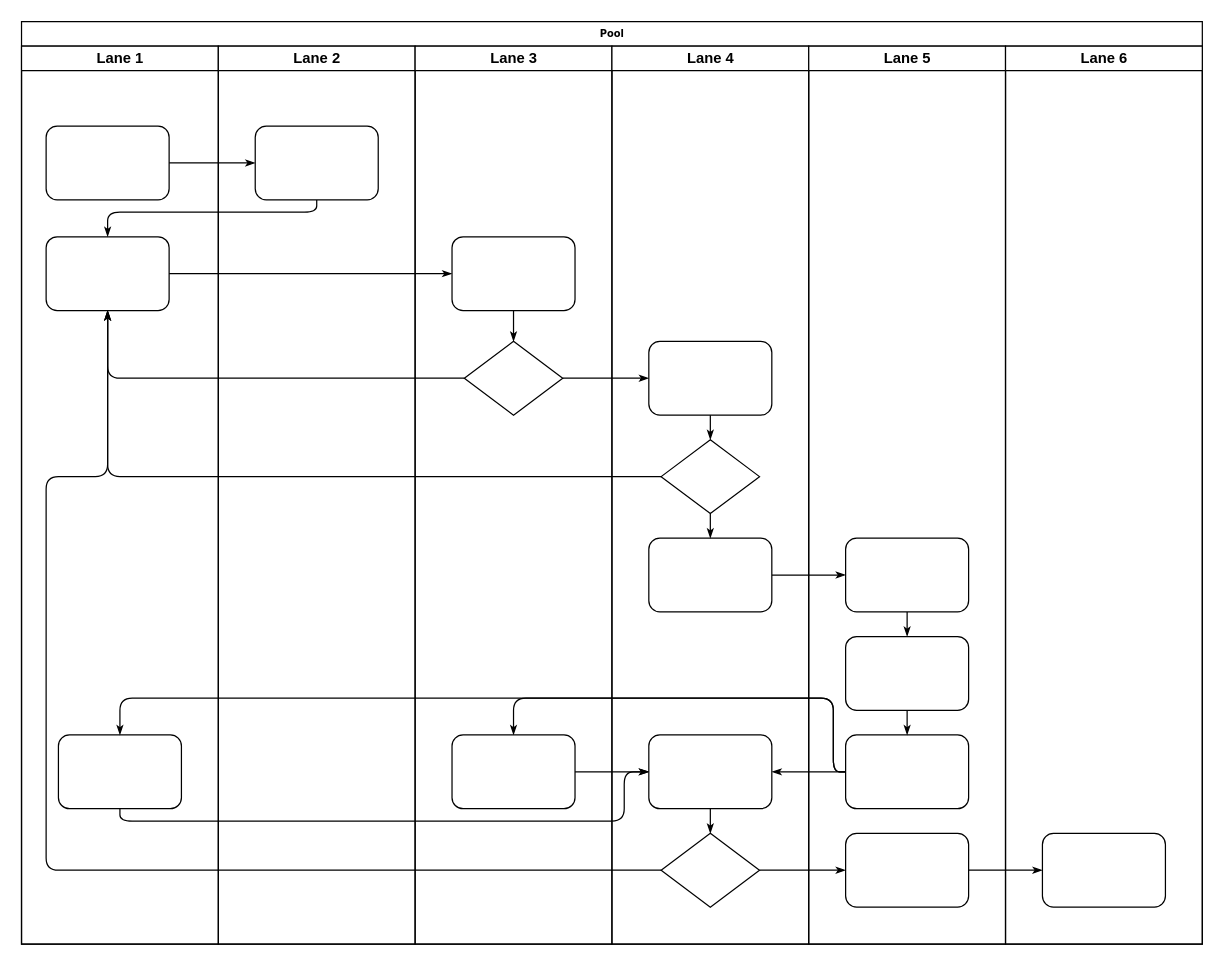
xujianliu/AndroidNotes keeps this draw.io diagram as 未命名绘图.drawio. Above is the earlier version. Source tidied: cells renumbered, new cells numbered last; positions are measured from the earlier drawing's top-left corner, leaving out a move shared by most shapes. Both pictures are drawn from the tidied source at 123%, with x=0, y=0 at pixel (21, 21).
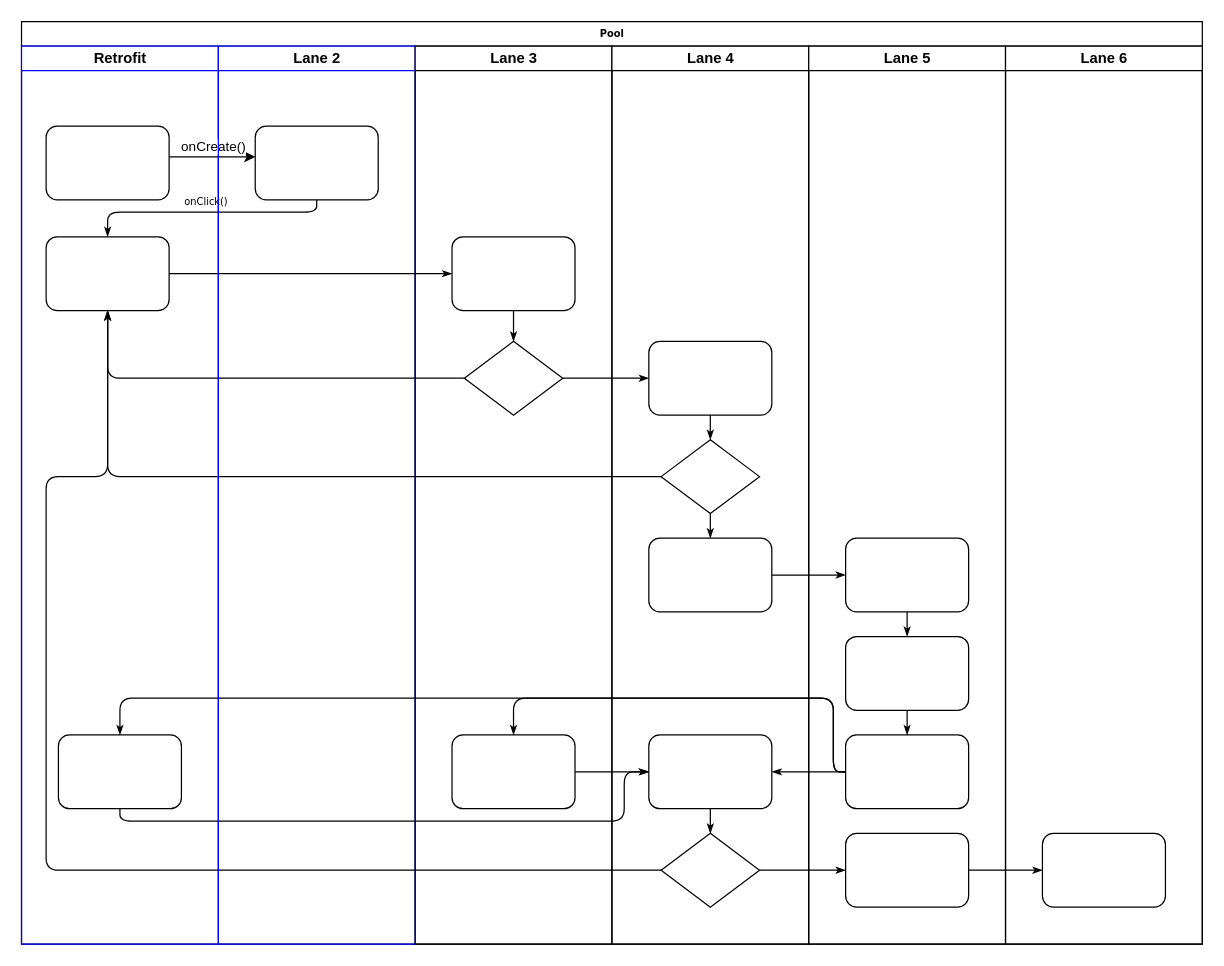
After the change.

Unchanged cells that the change refers to:
```xml
<mxCell id="2" value="Pool" style="swimlane;html=1;startSize=20;rounded=0;shadow=0;labelBackgroundColor=none;strokeWidth=1;fontFamily=Verdana;fontSize=8;align=center;" parent="1" vertex="1">
  <mxGeometry width="960" height="750" as="geometry" />
</mxCell>
<mxCell id="4" style="rounded=1;whiteSpace=wrap;html=1;shadow=0;labelBackgroundColor=none;strokeWidth=1;fontFamily=Verdana;fontSize=8;align=center;" parent="3" vertex="1">
  <mxGeometry x="20" y="65" width="100" height="60" as="geometry" />
</mxCell>
<mxCell id="5" style="rounded=1;whiteSpace=wrap;html=1;shadow=0;labelBackgroundColor=none;strokeWidth=1;fontFamily=Verdana;fontSize=8;align=center;" parent="3" vertex="1">
  <mxGeometry x="20" y="155" width="100" height="60" as="geometry" />
</mxCell>
<mxCell id="23" style="rounded=1;whiteSpace=wrap;html=1;shadow=0;labelBackgroundColor=none;strokeWidth=1;fontFamily=Verdana;fontSize=8;align=center;" parent="22" vertex="1">
  <mxGeometry x="30" y="65" width="100" height="60" as="geometry" />
</mxCell>
```

The edit, as a diff of the source:
```diff
@@
-    <mxCell id="3" value="Lane 1" style="swimlane;html=1;startSize=20;" parent="2" vertex="1">
+    <mxCell id="3" value="Retrofit" style="swimlane;html=1;startSize=20;strokeColor=#0000FF;" parent="2" vertex="1">
       <mxGeometry y="20" width="160" height="730" as="geometry" />
     </mxCell>
@@
-    <mxCell id="7" style="edgeStyle=orthogonalEdgeStyle;rounded=1;html=1;labelBackgroundColor=none;startArrow=none;startFill=0;startSize=5;endArrow=classicThin;endFill=1;endSize=5;jettySize=auto;strokeWidth=1;fontFamily=Verdana;fontSize=8;" parent="2" edge="1" source="4" target="23">
-      <mxGeometry relative="1" as="geometry" />
-    </mxCell>
-    <mxCell id="8" style="edgeStyle=orthogonalEdgeStyle;rounded=1;html=1;labelBackgroundColor=none;startArrow=none;startFill=0;startSize=5;endArrow=classicThin;endFill=1;endSize=5;jettySize=auto;strokeWidth=1;fontFamily=Verdana;fontSize=8;" parent="2" edge="1" source="23" target="5">
+    <mxCell id="8" value="onClick()" style="edgeStyle=orthogonalEdgeStyle;rounded=1;html=1;labelBackgroundColor=none;startArrow=none;startFill=0;startSize=5;endArrow=classicThin;endFill=1;endSize=5;jettySize=auto;strokeWidth=1;fontFamily=Verdana;fontSize=8;labelPosition=center;verticalLabelPosition=top;align=center;verticalAlign=bottom;" parent="2" edge="1" source="23" target="5">
       <mxGeometry relative="1" as="geometry">
         <Array as="points">
           <mxPoint x="240" y="155" />
           <mxPoint x="70" y="155" />
         </Array>
       </mxGeometry>
     </mxCell>
@@
+    <mxCell id="47" style="endArrow=classic;html=1;rounded=0;" parent="2" edge="1">
+      <mxGeometry relative="1" as="geometry">
+        <mxPoint x="120" y="110" as="sourcePoint" />
+        <mxPoint x="190" y="110" as="targetPoint" />
+      </mxGeometry>
+    </mxCell>
+    <mxCell id="48" value="onCreate()" style="edgeLabel;html=1;align=center;verticalAlign=bottom;imageVerticalAlign=middle;labelPadding=0;labelPosition=center;verticalLabelPosition=top;" parent="47" vertex="1">
+      <mxGeometry relative="1" as="geometry" />
+    </mxCell>
-    <mxCell id="22" value="Lane 2" style="swimlane;html=1;startSize=20;" parent="2" vertex="1">
+    <mxCell id="22" value="Lane 2" style="swimlane;html=1;startSize=20;strokeColor=#0000FF;" parent="2" vertex="1">
       <mxGeometry x="160" y="20" width="160" height="730" as="geometry" />
     </mxCell>
```
